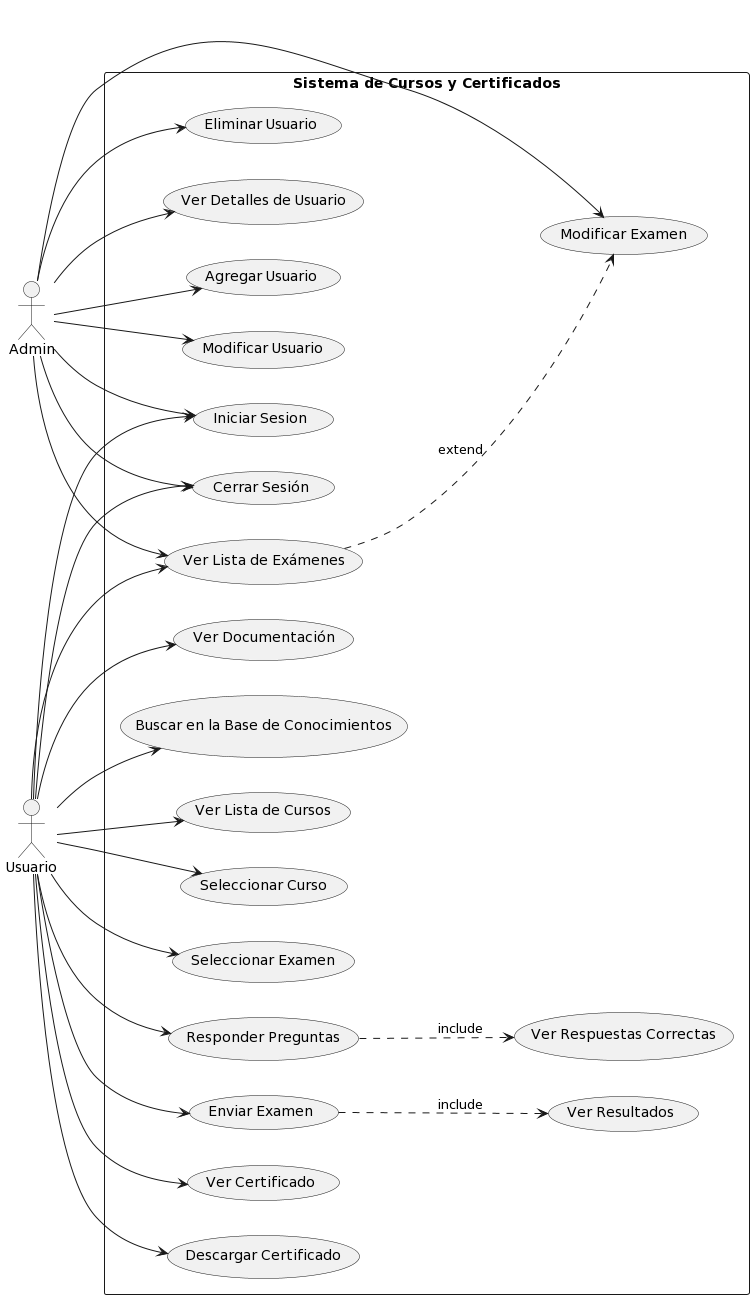
Carverz/IS-022023_Proyecto-Grupo-4 keeps this PlantUML diagram as out/docs/useCases/singleUseCase/singleUseCase.png. Above is the earlier version.
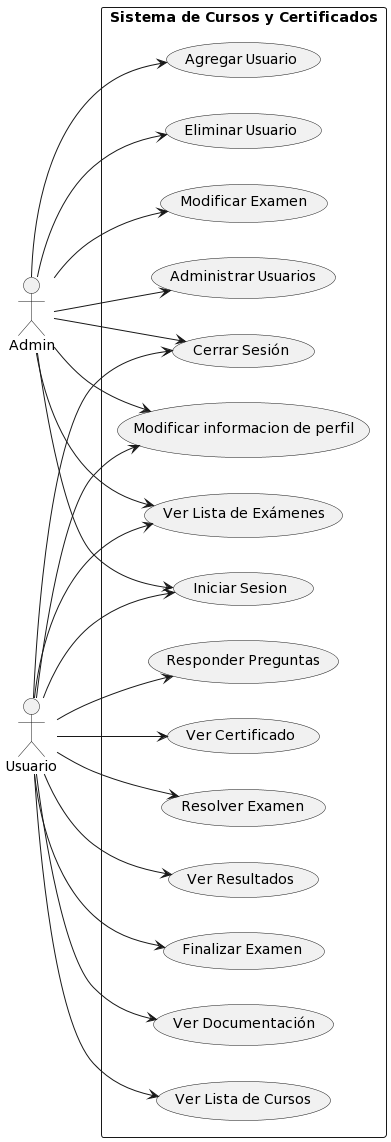
Later version of the same file.

The edit, as a diff of the source:
```diff
@@ -6,30 +6,28 @@
 
 rectangle "Sistema de Cursos y Certificados" {
 
+  A --> (Iniciar Sesion)
+  A --> (Cerrar Sesión)
+  A --> (Administrar Usuarios)
   A --> (Agregar Usuario)
-  A --> (Modificar Usuario)
   A --> (Eliminar Usuario)
-  A --> (Ver Detalles de Usuario)
-  U1 --> (Ver Documentación)
-  U1 --> (Buscar en la Base de Conocimientos)
-  U1 --> (Ver Lista de Cursos)
-  U1 --> (Seleccionar Curso)
-  U1 --> (Ver Lista de Exámenes)
-  U1 --> (Seleccionar Examen)
-  U1 --> (Responder Preguntas)
-  U1 --> (Enviar Examen)
-  U1 --> (Ver Certificado)
-  U1 --> (Descargar Certificado)
   A --> (Ver Lista de Exámenes)
   A --> (Modificar Examen)
+  A --> (Modificar informacion de perfil)
   U1 --> (Iniciar Sesion)
   U1 --> (Cerrar Sesión)
-  A --> (Iniciar Sesion)
-  A --> (Cerrar Sesión)
+  U1 --> (Ver Documentación)
+  U1 --> (Ver Lista de Cursos)
+  U1 --> (Ver Lista de Exámenes)
+  U1 --> (Responder Preguntas)
+  U1 --> (Ver Certificado)
+  U1 --> (Resolver Examen)
+  U1 --> (Ver Resultados)
+  U1--> (Modificar informacion de perfil)
+  U1 --> (Finalizar Examen)
 
 
-  (Responder Preguntas) ..> (Ver Respuestas Correctas) : include
-  (Enviar Examen) ..> (Ver Resultados) : include
-  (Ver Lista de Exámenes) ..> (Modificar Examen) : extend
+
+
 }
 @enduml
```
